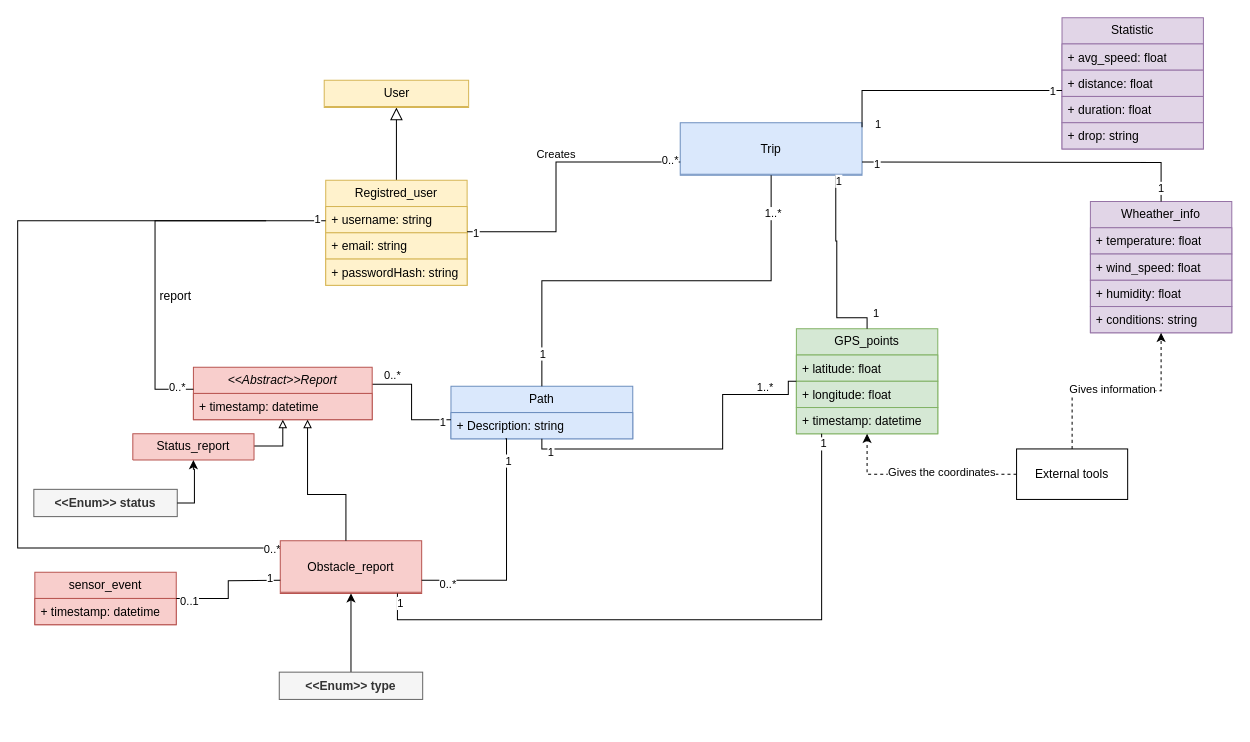
The draw.io diagram RASD/LaTeXCode/images/drawio/ClassDiagram.drawio in jacopobellosi/Bellosi-Montanelli-Tempobono, before the edit. Source tidied: cells renumbered, new cells numbered last; positions are measured from the earlier drawing's top-left corner, leaving out a move shared by most shapes. Both pictures are drawn from the tidied source at 101%, with x=0, y=0 at pixel (17, 17).
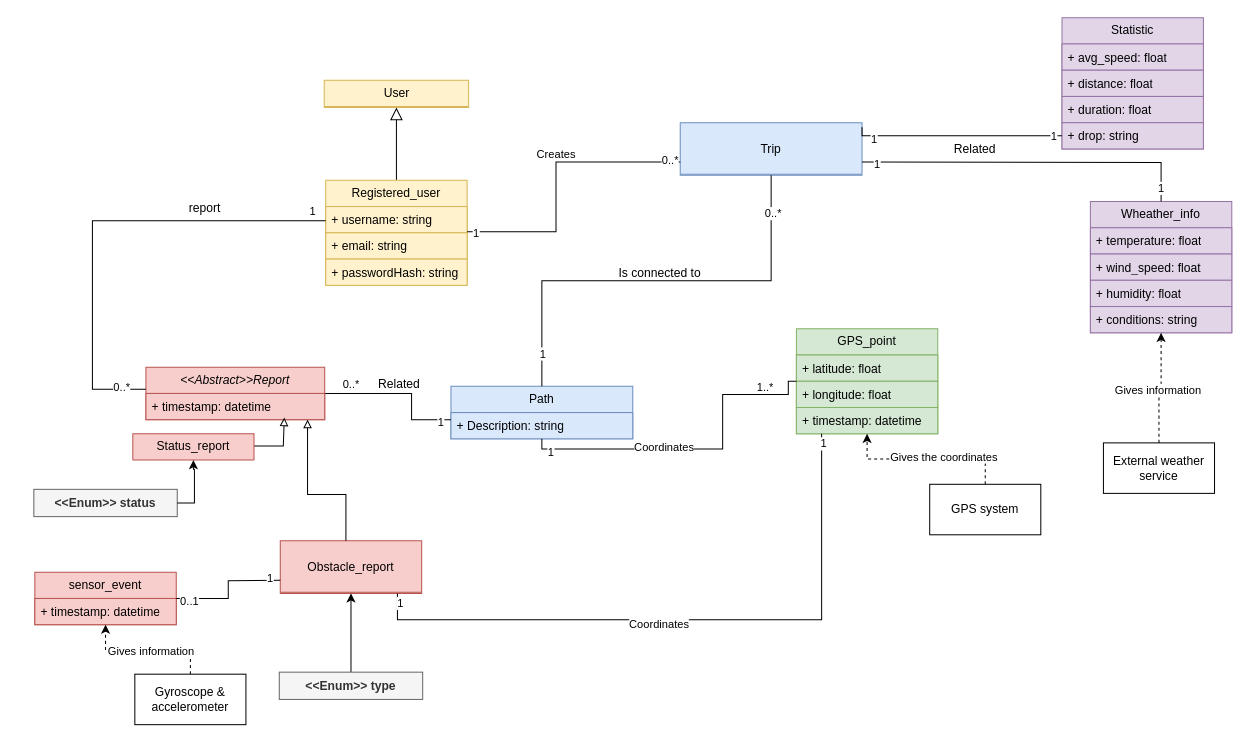
The same page after the edit.

Unchanged cells that the change refers to:
```xml
<mxCell id="8" value="Trip" style="swimlane;fontStyle=0;horizontal=1;startSize=51;fillColor=#dae8fc;whiteSpace=wrap;html=1;strokeColor=#6c8ebf;" parent="1" vertex="1">
  <mxGeometry x="656" y="104" width="180" height="52" as="geometry" />
</mxCell>
<mxCell id="9" value="Path" style="swimlane;fontStyle=0;horizontal=1;startSize=26;fillColor=#dae8fc;whiteSpace=wrap;html=1;strokeColor=#6c8ebf;" parent="1" vertex="1">
  <mxGeometry x="429" y="365" width="180" height="52" as="geometry" />
</mxCell>
<mxCell id="10" value="+ Description: string" style="text;strokeColor=#6c8ebf;fillColor=#dae8fc;align=left;verticalAlign=top;spacingLeft=4;spacingRight=4;overflow=hidden;points=[[0,0.5],[1,0.5]];portConstraint=eastwest;whiteSpace=wrap;html=1;" parent="9" vertex="1">
  <mxGeometry y="26" width="180" height="26" as="geometry" />
</mxCell>
<mxCell id="19" value="+ timestamp: datetime" style="text;strokeColor=#b85450;fillColor=#f8cecc;align=left;verticalAlign=top;spacingLeft=4;spacingRight=4;overflow=hidden;points=[[0,0.5],[1,0.5]];portConstraint=eastwest;whiteSpace=wrap;html=1;" parent="18" vertex="1">
  <mxGeometry y="26" width="177" height="26" as="geometry" />
</mxCell>
<mxCell id="22" value="Obstacle_report" style="swimlane;fontStyle=0;horizontal=1;startSize=51;fillColor=#f8cecc;whiteSpace=wrap;html=1;strokeColor=#b85450;" parent="1" vertex="1">
  <mxGeometry x="260" y="518" width="140" height="52" as="geometry" />
</mxCell>
<mxCell id="23" value="sensor_event" style="swimlane;fontStyle=0;horizontal=1;startSize=26;fillColor=#f8cecc;whiteSpace=wrap;html=1;strokeColor=#b85450;" parent="1" vertex="1">
  <mxGeometry x="17" y="549" width="140" height="52" as="geometry" />
</mxCell>
<mxCell id="25" value="Wheather_info" style="swimlane;fontStyle=0;horizontal=1;startSize=26;fillColor=#e1d5e7;whiteSpace=wrap;html=1;strokeColor=#9673a6;" parent="1" vertex="1">
  <mxGeometry x="1062.1" y="182" width="140" height="130" as="geometry" />
</mxCell>
<mxCell id="34" value="Statistic" style="swimlane;fontStyle=0;horizontal=1;startSize=26;fillColor=#e1d5e7;whiteSpace=wrap;html=1;strokeColor=#9673a6;" parent="1" vertex="1">
  <mxGeometry x="1034" width="140" height="130" as="geometry" />
</mxCell>
<mxCell id="45" style="edgeStyle=orthogonalEdgeStyle;rounded=0;jettySize=auto;html=1;endArrow=none;endFill=0;exitX=0.5;exitY=1;exitDx=0;exitDy=0;" parent="1" edge="1" source="8" target="9">
  <mxGeometry relative="1" as="geometry" />
</mxCell>
<mxCell id="51" style="edgeStyle=orthogonalEdgeStyle;rounded=0;jettySize=auto;html=1;entryX=0;entryY=0.5;entryDx=0;entryDy=0;endArrow=none;endFill=0;" parent="1" edge="1" source="9" target="14">
  <mxGeometry relative="1" as="geometry">
    <Array as="points">
      <mxPoint x="698" y="427" />
      <mxPoint x="698" y="373" />
      <mxPoint x="763" y="373" />
      <mxPoint x="763" y="360" />
    </Array>
  </mxGeometry>
</mxCell>
<mxCell id="64" style="edgeStyle=orthogonalEdgeStyle;rounded=0;jettySize=auto;html=1;endArrow=none;endFill=0;" parent="1" edge="1" source="22" target="14">
  <mxGeometry relative="1" as="geometry">
    <Array as="points">
      <mxPoint x="376" y="596" />
      <mxPoint x="796" y="596" />
    </Array>
  </mxGeometry>
</mxCell>
<mxCell id="77" value="&lt;code style=&quot;&quot;&gt;&lt;font face=&quot;Helvetica&quot;&gt;Status_report&lt;/font&gt;&lt;/code&gt;" style="swimlane;fontStyle=0;horizontal=1;startSize=26;fillColor=#f8cecc;whiteSpace=wrap;html=1;strokeColor=#b85450;" parent="1" vertex="1">
  <mxGeometry x="114" y="412" width="120" height="26" as="geometry" />
</mxCell>
```

What changed in the source:
```diff
@@
-    <mxCell id="4" value="Registred_user" style="swimlane;fontStyle=0;horizontal=1;startSize=26;fillColor=#fff2cc;whiteSpace=wrap;html=1;strokeColor=#d6b656;" parent="1" vertex="1">
+    <mxCell id="4" value="Registered_user" style="swimlane;fontStyle=0;horizontal=1;startSize=26;fillColor=#fff2cc;whiteSpace=wrap;html=1;strokeColor=#d6b656;" parent="1" vertex="1">
       <mxGeometry x="305" y="161" width="140" height="104" as="geometry" />
     </mxCell>
@@
-    <mxCell id="11" style="edgeStyle=orthogonalEdgeStyle;rounded=0;orthogonalLoop=1;jettySize=auto;html=1;entryX=0.992;entryY=0.132;entryDx=0;entryDy=0;endArrow=none;endFill=0;entryPerimeter=0;exitX=0;exitY=0.5;exitDx=0;exitDy=0;" parent="9" edge="1">
+    <mxCell id="11" style="edgeStyle=orthogonalEdgeStyle;rounded=0;jettySize=auto;html=1;entryX=1;entryY=0.5;entryDx=0;entryDy=0;endArrow=none;endFill=0;exitX=0;exitY=0.5;exitDx=0;exitDy=0;" parent="9" edge="1" target="18">
       <mxGeometry relative="1" as="geometry">
         <mxPoint y="33.1" as="sourcePoint" />
-        <mxPoint x="-79.4" y="-5" as="targetPoint" />
         <Array as="points">
           <mxPoint x="-39" y="33" />
-          <mxPoint x="-39" y="-2" />
-          <mxPoint x="-79" y="-2" />
+          <mxPoint x="-39" y="7" />
         </Array>
       </mxGeometry>
     </mxCell>
@@
-    <mxCell id="14" value="GPS_points" style="swimlane;fontStyle=0;horizontal=1;startSize=26;fillColor=#d5e8d4;whiteSpace=wrap;html=1;strokeColor=#82b366;" parent="1" vertex="1">
+    <mxCell id="14" value="GPS_point" style="swimlane;fontStyle=0;horizontal=1;startSize=26;fillColor=#d5e8d4;whiteSpace=wrap;html=1;strokeColor=#82b366;" parent="1" vertex="1">
       <mxGeometry x="771" y="308" width="140" height="104" as="geometry" />
     </mxCell>
@@
     <mxCell id="18" value="&lt;i&gt;&amp;lt;&amp;lt;Abstract&amp;gt;&amp;gt;Report&lt;/i&gt;" style="swimlane;fontStyle=0;horizontal=1;startSize=26;fillColor=#f8cecc;whiteSpace=wrap;html=1;strokeColor=#b85450;" parent="1" vertex="1">
-      <mxGeometry x="174" y="346" width="177" height="52" as="geometry" />
+      <mxGeometry x="127" y="346" width="177" height="52" as="geometry" />
     </mxCell>
@@
-    <mxCell id="20" style="edgeStyle=orthogonalEdgeStyle;rounded=0;jettySize=auto;html=1;endArrow=none;endFill=0;" parent="1" edge="1" source="22" target="4">
-      <mxGeometry relative="1" as="geometry">
-        <Array as="points">
-          <mxPoint y="525" />
-          <mxPoint y="201" />
-        </Array>
-      </mxGeometry>
-    </mxCell>
-    <mxCell id="21" value="0..*" style="edgeLabel;html=1;align=center;verticalAlign=middle;" parent="20" vertex="1">
-      <mxGeometry x="-0.98" y="1" relative="1" as="geometry" />
-    </mxCell>
@@
     <mxCell id="39" style="edgeStyle=orthogonalEdgeStyle;rounded=0;jettySize=auto;html=1;endArrow=none;endFill=0;exitX=1;exitY=0.088;exitDx=0;exitDy=0;exitPerimeter=0;" parent="1" edge="1" source="8" target="34">
       <mxGeometry relative="1" as="geometry">
         <Array as="points">
-          <mxPoint x="836" y="72" />
+          <mxPoint x="836" y="117" />
         </Array>
       </mxGeometry>
     </mxCell>
@@
-    <mxCell id="47" value="1..*" style="edgeLabel;html=1;align=center;verticalAlign=middle;" parent="45" vertex="1">
+    <mxCell id="47" value="0..*" style="edgeLabel;html=1;align=center;verticalAlign=middle;" parent="45" vertex="1">
       <mxGeometry x="-0.83" y="1" relative="1" as="geometry" />
     </mxCell>
-    <mxCell id="48" style="edgeStyle=orthogonalEdgeStyle;rounded=0;jettySize=auto;html=1;entryX=0.5;entryY=0;entryDx=0;entryDy=0;endArrow=none;endFill=0;" parent="1" edge="1" source="8" target="14">
-      <mxGeometry relative="1" as="geometry">
-        <Array as="points">
-          <mxPoint x="810" y="221" />
-          <mxPoint x="811" y="221" />
-          <mxPoint x="811" y="297" />
-          <mxPoint x="841" y="297" />
-        </Array>
-      </mxGeometry>
-    </mxCell>
-    <mxCell id="49" value="1" style="edgeLabel;html=1;align=center;verticalAlign=middle;" parent="48" vertex="1">
-      <mxGeometry x="-0.95" y="2" relative="1" as="geometry" />
-    </mxCell>
-    <mxCell id="50" value="1" style="edgeLabel;html=1;align=center;verticalAlign=middle;" parent="48" vertex="1">
-      <mxGeometry x="0.92" relative="1" as="geometry">
-        <mxPoint x="8" y="-9" as="offset" />
-      </mxGeometry>
-    </mxCell>
@@
+    <mxCell id="80" value="Coordinates" style="edgeLabel;html=1;align=center;verticalAlign=middle;" parent="51" vertex="1">
+      <mxGeometry x="-0.21" y="2" relative="1" as="geometry" />
+    </mxCell>
@@
-    <mxCell id="61" style="edgeStyle=orthogonalEdgeStyle;rounded=0;jettySize=auto;html=1;endArrow=none;endFill=0;" parent="1" edge="1" source="18">
+    <mxCell id="61" style="edgeStyle=orthogonalEdgeStyle;rounded=0;jettySize=auto;html=1;endArrow=none;endFill=0;" parent="1" edge="1" source="18" target="4">
       <mxGeometry relative="1" as="geometry">
-        <mxPoint x="246" y="201" as="targetPoint" />
         <Array as="points">
-          <mxPoint x="136" y="368" />
-          <mxPoint x="136" y="201" />
+          <mxPoint x="74" y="368" />
+          <mxPoint x="74" y="201" />
         </Array>
       </mxGeometry>
     </mxCell>
     <mxCell id="62" value="1" style="edgeLabel;html=1;align=center;verticalAlign=middle;" parent="61" vertex="1">
       <mxGeometry x="0.94" y="1" relative="1" as="geometry">
-        <mxPoint x="59" y="-1" as="offset" />
+        <mxPoint y="-9" as="offset" />
       </mxGeometry>
     </mxCell>
@@
+    <mxCell id="81" value="Coordinates" style="edgeLabel;html=1;align=center;verticalAlign=middle;" parent="64" vertex="1">
+      <mxGeometry x="-0.1" y="-4" relative="1" as="geometry" />
+    </mxCell>
-    <mxCell id="67" style="edgeStyle=orthogonalEdgeStyle;rounded=0;jettySize=auto;html=1;dashed=1;" parent="1" edge="1" source="71" target="25">
+    <mxCell id="67" style="edgeStyle=orthogonalEdgeStyle;rounded=0;jettySize=auto;html=1;dashed=1;exitX=0.5;exitY=0;exitDx=0;exitDy=0;" parent="1" edge="1" source="83" target="25">
       <mxGeometry relative="1" as="geometry" />
     </mxCell>
@@
-    <mxCell id="71" value="External tools" style="html=1;whiteSpace=wrap;" parent="1" vertex="1">
-      <mxGeometry x="989" y="427" width="110" height="50" as="geometry" />
+    <mxCell id="71" value="GPS system" style="html=1;whiteSpace=wrap;" parent="1" vertex="1">
+      <mxGeometry x="903" y="462" width="110" height="50" as="geometry" />
     </mxCell>
-    <mxCell id="72" style="edgeStyle=orthogonalEdgeStyle;rounded=0;jettySize=auto;html=1;endArrow=none;endFill=0;exitX=0.3;exitY=1;exitDx=0;exitDy=0;exitPerimeter=0;" parent="1" edge="1" source="10" target="22">
-      <mxGeometry relative="1" as="geometry">
-        <Array as="points">
-          <mxPoint x="484" y="417" />
-          <mxPoint x="484" y="557" />
-        </Array>
-      </mxGeometry>
-    </mxCell>
-    <mxCell id="73" value="0..*" style="edgeLabel;html=1;align=center;verticalAlign=middle;" parent="72" vertex="1">
-      <mxGeometry x="0.78" y="3" relative="1" as="geometry" />
-    </mxCell>
-    <mxCell id="74" value="1" style="edgeLabel;html=1;align=center;verticalAlign=middle;" parent="72" vertex="1">
-      <mxGeometry x="-0.8" y="1" relative="1" as="geometry" />
-    </mxCell>
@@
-    <mxCell id="76" style="edgeStyle=orthogonalEdgeStyle;rounded=0;jettySize=auto;html=1;entryX=0.5;entryY=1;entryDx=0;entryDy=0;endArrow=block;endFill=0;" parent="1" edge="1" source="77" target="18">
+    <mxCell id="76" style="edgeStyle=orthogonalEdgeStyle;rounded=0;jettySize=auto;html=1;endArrow=block;endFill=0;entryX=0.774;entryY=0.919;entryDx=0;entryDy=0;entryPerimeter=0;" parent="1" edge="1" source="77" target="19">
       <mxGeometry relative="1" as="geometry">
         <Array as="points">
           <mxPoint x="263" y="424" />
+          <mxPoint x="263" y="396" />
         </Array>
       </mxGeometry>
     </mxCell>
@@
     <mxCell id="79" value="report" style="text;html=1;whiteSpace=wrap;strokeColor=none;fillColor=none;align=center;verticalAlign=middle;rounded=0;" parent="1" vertex="1">
-      <mxGeometry x="134" y="265" width="45" height="22" as="geometry" />
+      <mxGeometry x="163" y="178" width="45" height="22" as="geometry" />
     </mxCell>
+    <mxCell id="82" value="Is connected to" style="text;html=1;whiteSpace=wrap;strokeColor=none;fillColor=none;align=center;verticalAlign=middle;rounded=0;" parent="1" vertex="1">
+      <mxGeometry x="586" y="238" width="100" height="30" as="geometry" />
+    </mxCell>
+    <mxCell id="83" value="External weather service" style="html=1;whiteSpace=wrap;" parent="1" vertex="1">
+      <mxGeometry x="1075" y="421" width="110" height="50" as="geometry" />
+    </mxCell>
+    <mxCell id="84" value="Related" style="text;html=1;whiteSpace=wrap;strokeColor=none;fillColor=none;align=center;verticalAlign=middle;rounded=0;" parent="1" vertex="1">
+      <mxGeometry x="918" y="115" width="60" height="30" as="geometry" />
+    </mxCell>
+    <mxCell id="85" value="Related" style="text;html=1;whiteSpace=wrap;strokeColor=none;fillColor=none;align=center;verticalAlign=middle;rounded=0;" parent="1" vertex="1">
+      <mxGeometry x="348" y="348" width="60" height="30" as="geometry" />
+    </mxCell>
+    <mxCell id="86" style="edgeStyle=orthogonalEdgeStyle;rounded=0;jettySize=auto;html=1;dashed=1;exitX=0.5;exitY=0;exitDx=0;exitDy=0;entryX=0.5;entryY=1;entryDx=0;entryDy=0;" parent="1" edge="1" source="88" target="23">
+      <mxGeometry relative="1" as="geometry" />
+    </mxCell>
+    <mxCell id="87" value="Gives information" style="edgeLabel;html=1;align=center;verticalAlign=middle;" parent="86" vertex="1">
+      <mxGeometry x="-0.04" y="2" relative="1" as="geometry" />
+    </mxCell>
+    <mxCell id="88" value="Gyroscope &amp;amp; accelerometer" style="html=1;whiteSpace=wrap;" parent="1" vertex="1">
+      <mxGeometry x="116" y="650" width="110" height="50" as="geometry" />
+    </mxCell>
```
